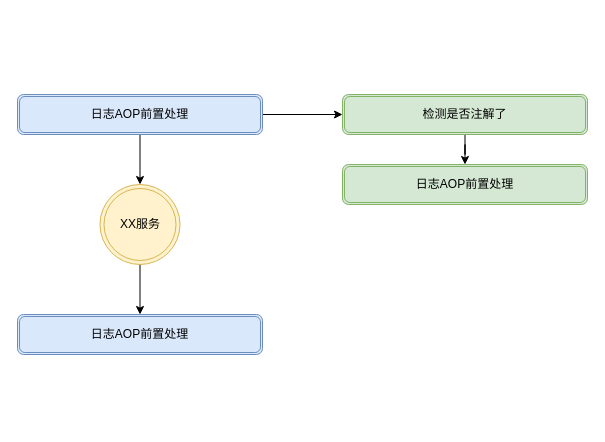
Before: page "第 5 页" (5 of 5) of 核心前置系统.drawio in sam1982/draw, a draw.io diagram. Source tidied: cells renumbered, new cells numbered last; positions are measured from the earlier drawing's top-left corner, leaving out a move shared by most shapes. Both pictures are drawn from the tidied source at 100%, with x=0, y=0 at pixel (17, 94).
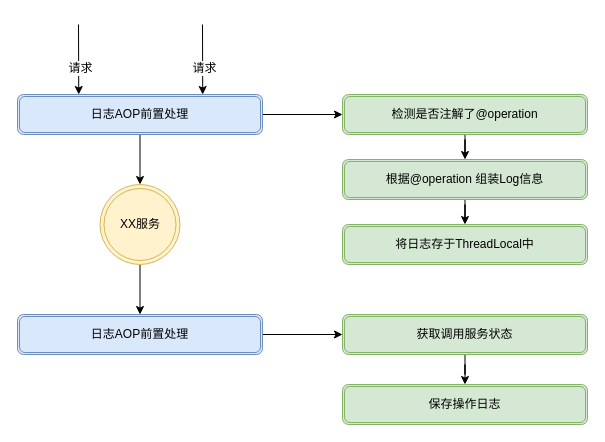
After the change.

Commit message (it also covers changes not shown here):
更新核心前置系统.drawio

Unchanged cells that the change refers to:
```xml
<mxCell id="6" value="日志AOP前置处理" style="shape=ext;double=1;rounded=1;whiteSpace=wrap;html=1;fillColor=#dae8fc;strokeColor=#6c8ebf;" parent="1" vertex="1">
  <mxGeometry width="245" height="40" as="geometry" />
</mxCell>
<mxCell id="10" value="日志AOP前置处理" style="shape=ext;double=1;rounded=1;whiteSpace=wrap;html=1;fillColor=#dae8fc;strokeColor=#6c8ebf;" parent="1" vertex="1">
  <mxGeometry y="220" width="245" height="40" as="geometry" />
</mxCell>
```

Diff of the diagram source:
```diff
@@
-    <mxCell id="8" value="检测是否注解了" style="shape=ext;double=1;rounded=1;whiteSpace=wrap;html=1;fillColor=#d5e8d4;strokeColor=#82b366;" parent="1" vertex="1">
+    <mxCell id="8" value="检测是否注解了@operation" style="shape=ext;double=1;rounded=1;whiteSpace=wrap;html=1;fillColor=#d5e8d4;strokeColor=#82b366;" parent="1" vertex="1">
       <mxGeometry x="325" width="245" height="40" as="geometry" />
     </mxCell>
+    <mxCell id="11" style="edgeStyle=orthogonalEdgeStyle;rounded=0;jettySize=auto;html=1;" parent="1" edge="1" source="9" target="12">
+      <mxGeometry relative="1" as="geometry" />
+    </mxCell>
-    <mxCell id="9" value="日志AOP前置处理" style="shape=ext;double=1;rounded=1;whiteSpace=wrap;html=1;fillColor=#d5e8d4;strokeColor=#82b366;" parent="1" vertex="1">
-      <mxGeometry x="325" y="70" width="245" height="40" as="geometry" />
+    <mxCell id="9" value="根据@operation 组装Log信息" style="shape=ext;double=1;rounded=1;whiteSpace=wrap;html=1;fillColor=#d5e8d4;strokeColor=#82b366;" parent="1" vertex="1">
+      <mxGeometry x="325" y="65" width="245" height="40" as="geometry" />
     </mxCell>
+    <mxCell id="12" value="将日志存于ThreadLocal中" style="shape=ext;double=1;rounded=1;whiteSpace=wrap;html=1;fillColor=#d5e8d4;strokeColor=#82b366;" parent="1" vertex="1">
+      <mxGeometry x="325" y="130" width="245" height="40" as="geometry" />
+    </mxCell>
+    <mxCell id="13" style="edgeStyle=orthogonalEdgeStyle;rounded=0;jettySize=auto;html=1;" parent="1" edge="1" source="10" target="15">
+      <mxGeometry relative="1" as="geometry" />
+    </mxCell>
@@
+    <mxCell id="14" style="edgeStyle=orthogonalEdgeStyle;rounded=0;jettySize=auto;html=1;" parent="1" edge="1" source="15" target="16">
+      <mxGeometry relative="1" as="geometry" />
+    </mxCell>
+    <mxCell id="15" value="获取调用服务状态" style="shape=ext;double=1;rounded=1;whiteSpace=wrap;html=1;fillColor=#d5e8d4;strokeColor=#82b366;" parent="1" vertex="1">
+      <mxGeometry x="325" y="220" width="245" height="40" as="geometry" />
+    </mxCell>
+    <mxCell id="16" value="保存操作日志" style="shape=ext;double=1;rounded=1;whiteSpace=wrap;html=1;fillColor=#d5e8d4;strokeColor=#82b366;" parent="1" vertex="1">
+      <mxGeometry x="325" y="290" width="245" height="40" as="geometry" />
+    </mxCell>
+    <mxCell id="17" style="endArrow=classic;html=1;entryX=0.25;entryY=0;entryDx=0;entryDy=0;" parent="1" edge="1" target="6">
+      <mxGeometry relative="1" as="geometry">
+        <mxPoint x="61" y="-70" as="sourcePoint" />
+      </mxGeometry>
+    </mxCell>
+    <mxCell id="18" value="请求" style="text;html=1;align=center;verticalAlign=middle;labelBackgroundColor=#ffffff;" parent="17" vertex="1">
+      <mxGeometry x="0.26" y="1" relative="1" as="geometry" />
+    </mxCell>
+    <mxCell id="19" style="endArrow=classic;html=1;entryX=0.25;entryY=0;entryDx=0;entryDy=0;" parent="1" edge="1">
+      <mxGeometry relative="1" as="geometry">
+        <mxPoint x="185" y="-70" as="sourcePoint" />
+        <mxPoint x="185.2" as="targetPoint" />
+      </mxGeometry>
+    </mxCell>
+    <mxCell id="20" value="请求" style="text;html=1;align=center;verticalAlign=middle;labelBackgroundColor=#ffffff;" parent="19" vertex="1">
+      <mxGeometry x="0.26" y="1" relative="1" as="geometry" />
+    </mxCell>
```
